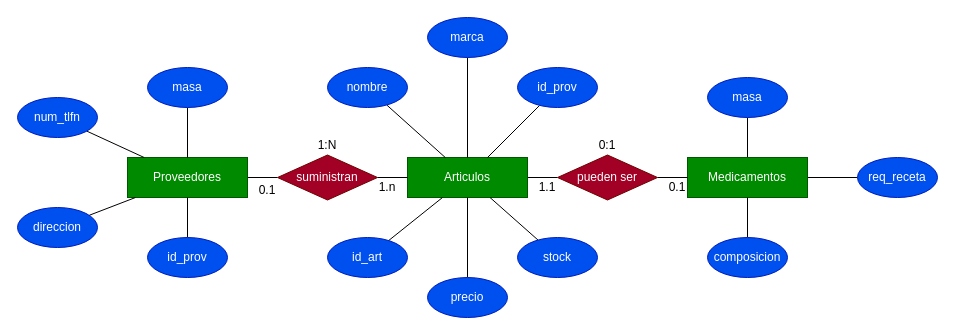
Before: src/mer.drawio in alexaib2002/dam-proyecto_integrador_1, a draw.io diagram. Source tidied: cells renumbered, new cells numbered last; positions are measured from the earlier drawing's top-left corner, leaving out a move shared by most shapes. Both pictures are drawn from the tidied source at 100%, with x=0, y=0 at pixel (17, 17).
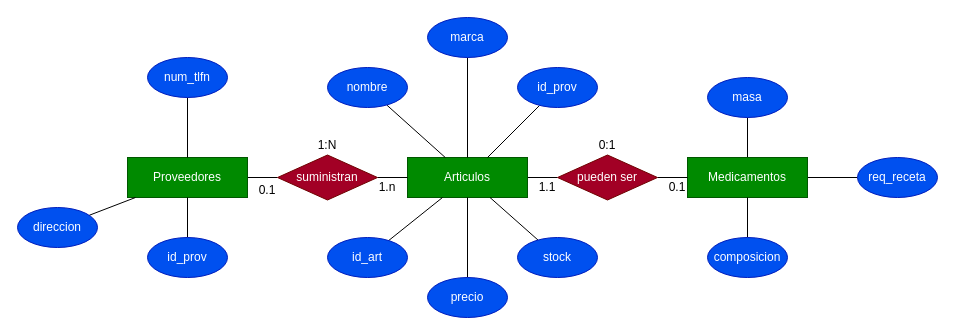
After the change.

Commit message (it also covers changes not shown here):
mer updated (masa fix)

The change refers to these unchanged cells:
```xml
<mxCell id="3" value="Proveedores" style="rounded=0;whiteSpace=wrap;html=1;fillColor=#008a00;fontColor=#ffffff;strokeColor=#005700;" parent="1" vertex="1">
  <mxGeometry x="110" y="140" width="120" height="40" as="geometry" />
</mxCell>
```

Diff of the diagram source:
```diff
@@
-    <mxCell id="13" style="rounded=0;jettySize=auto;html=1;endArrow=none;endFill=0;" parent="1" edge="1" source="14" target="3">
-      <mxGeometry relative="1" as="geometry" />
-    </mxCell>
-    <mxCell id="14" value="masa" style="ellipse;whiteSpace=wrap;html=1;fillColor=#0050ef;fontColor=#ffffff;strokeColor=#001DBC;" parent="1" vertex="1">
-      <mxGeometry x="130" y="50" width="80" height="40" as="geometry" />
-    </mxCell>
@@
     <mxCell id="16" value="num_tlfn" style="ellipse;whiteSpace=wrap;html=1;fillColor=#0050ef;fontColor=#ffffff;strokeColor=#001DBC;" parent="1" vertex="1">
-      <mxGeometry y="80" width="80" height="40" as="geometry" />
+      <mxGeometry x="130" y="40" width="80" height="40" as="geometry" />
     </mxCell>
```
